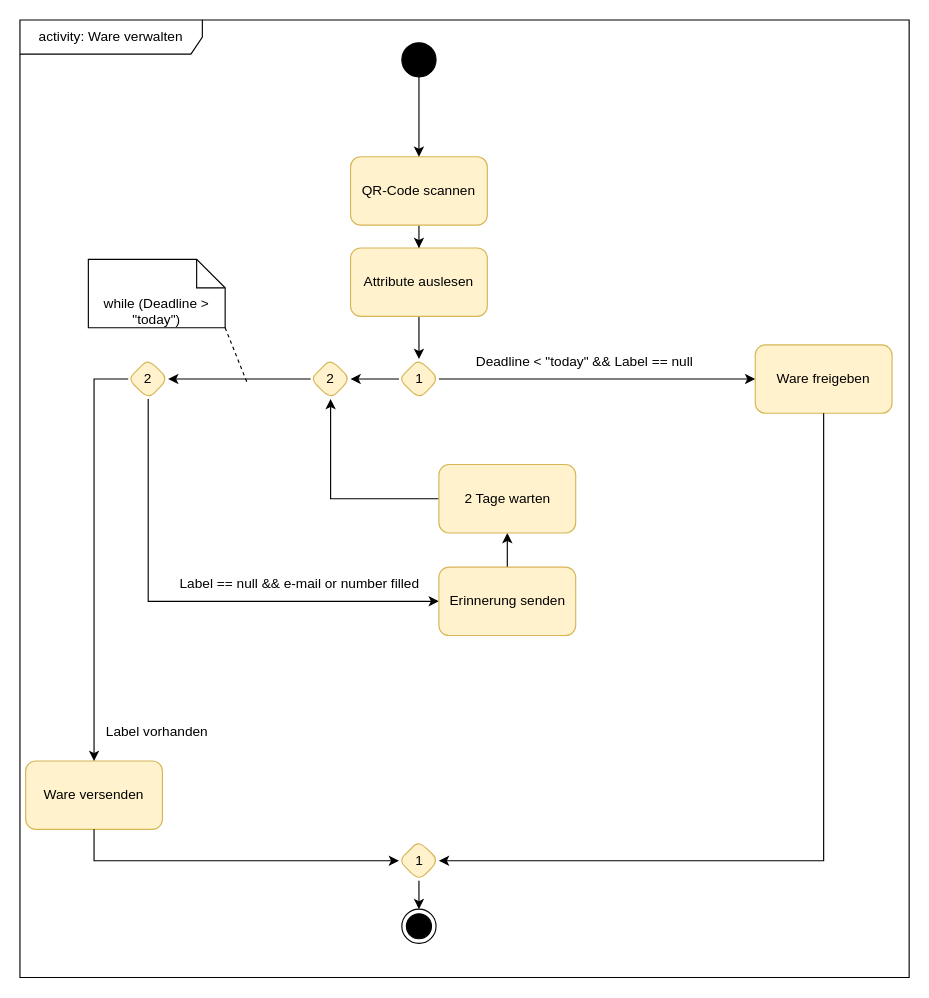
Before: lb_aktivitätssdiagramm-wareverwalten.drawio in ferreric/ffhs_swem, a draw.io diagram. Source tidied: cells renumbered, new cells numbered last; positions are measured from the earlier drawing's top-left corner, leaving out a move shared by most shapes. Both pictures are drawn from the tidied source at 114%, with x=0, y=0 at pixel (19, 19).
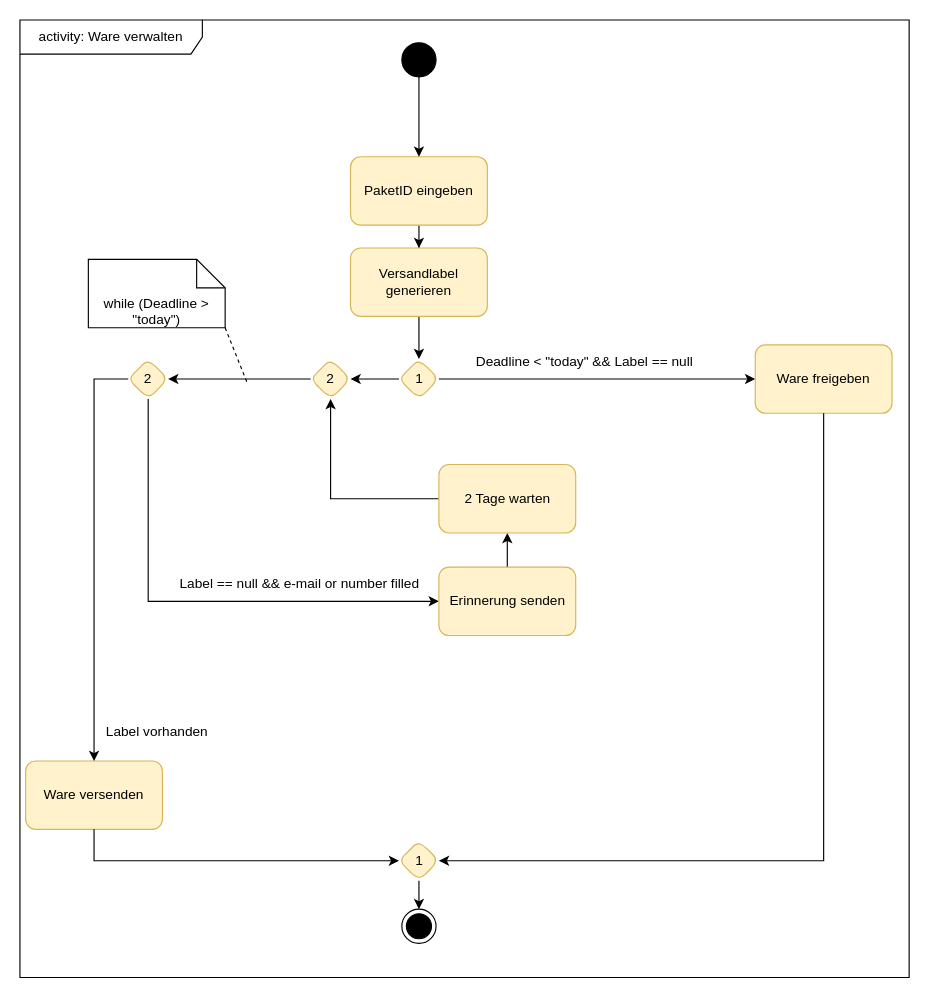
After the change.

The change refers to these unchanged cells:
```xml
<mxCell id="2" value="activity: Ware verwalten" style="shape=umlFrame;whiteSpace=wrap;html=1;width=160;" parent="1" vertex="1">
  <mxGeometry width="780" height="840" as="geometry" />
</mxCell>
```

What changed in the source:
```diff
@@
-    <mxCell id="8" value="QR-Code scannen" style="rounded=1;whiteSpace=wrap;html=1;fillColor=#fff2cc;strokeColor=#d6b656;" parent="2" vertex="1">
+    <mxCell id="8" value="PaketID eingeben" style="rounded=1;whiteSpace=wrap;html=1;fillColor=#fff2cc;strokeColor=#d6b656;" parent="2" vertex="1">
       <mxGeometry x="290" y="120" width="120" height="60" as="geometry" />
     </mxCell>
@@
-    <mxCell id="10" value="Attribute auslesen" style="whiteSpace=wrap;html=1;fillColor=#fff2cc;strokeColor=#d6b656;rounded=1;" parent="2" vertex="1">
+    <mxCell id="10" value="Versandlabel generieren" style="whiteSpace=wrap;html=1;fillColor=#fff2cc;strokeColor=#d6b656;rounded=1;" parent="2" vertex="1">
       <mxGeometry x="290" y="200" width="120" height="60" as="geometry" />
     </mxCell>
```
